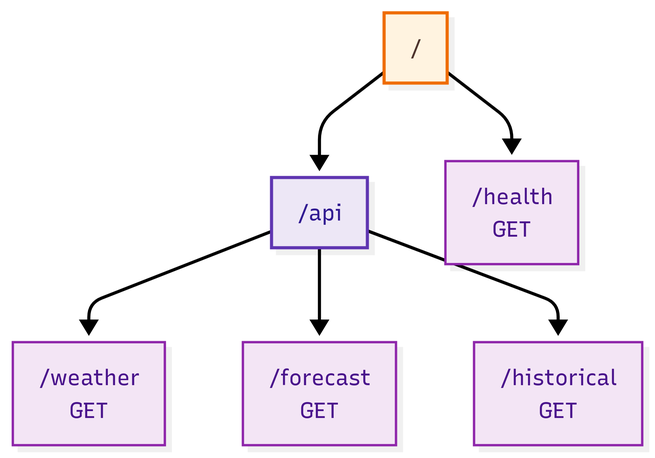
Earlier version of the Mermaid export docs-asw/graphs/ext-api-service.png (nicolo-mn/HiHome). Its source is kept beside it as docs-asw/graphs/ext-api-service.mmd. Source of this version:
```mermaid
flowchart TD
  root["/"]:::root
  api["/api"]:::api
  root --> root_health["/health<br/>GET"]:::leaf
  root --> api
  api --> weather["/weather<br/>GET"]:::leaf
  api --> forecast["/forecast<br/>GET"]:::leaf
  api --> historical["/historical<br/>GET"]:::leaf
  classDef root fill:#fff3e0,stroke:#ef6c00,stroke-width:2px,color:#4e342e;
  classDef api fill:#ede7f6,stroke:#5e35b1,stroke-width:2px,color:#311b92;
  classDef leaf fill:#f3e5f5,stroke:#8e24aa,stroke-width:1.5px,color:#4a148c;
```
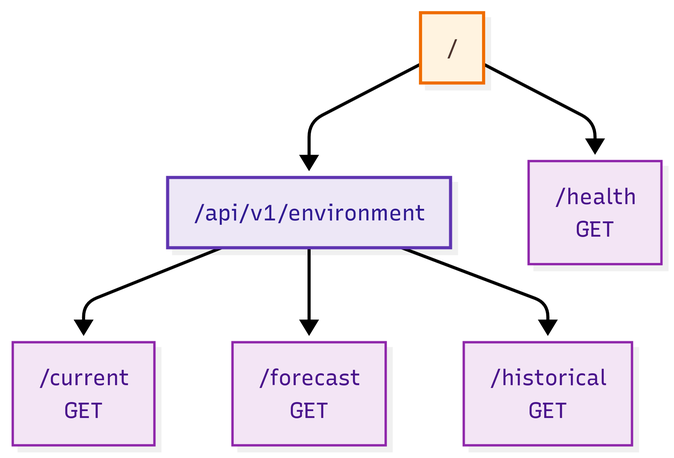
After the commit.

What changed in the source:
```diff
@@ -1,9 +1,9 @@
 flowchart TD
   root["/"]:::root
-  api["/api"]:::api
+  api["/api/v1/environment"]:::api
   root --> root_health["/health<br/>GET"]:::leaf
   root --> api
-  api --> weather["/weather<br/>GET"]:::leaf
+  api --> weather["/current<br/>GET"]:::leaf
   api --> forecast["/forecast<br/>GET"]:::leaf
   api --> historical["/historical<br/>GET"]:::leaf
   classDef root fill:#fff3e0,stroke:#ef6c00,stroke-width:2px,color:#4e342e;
```
